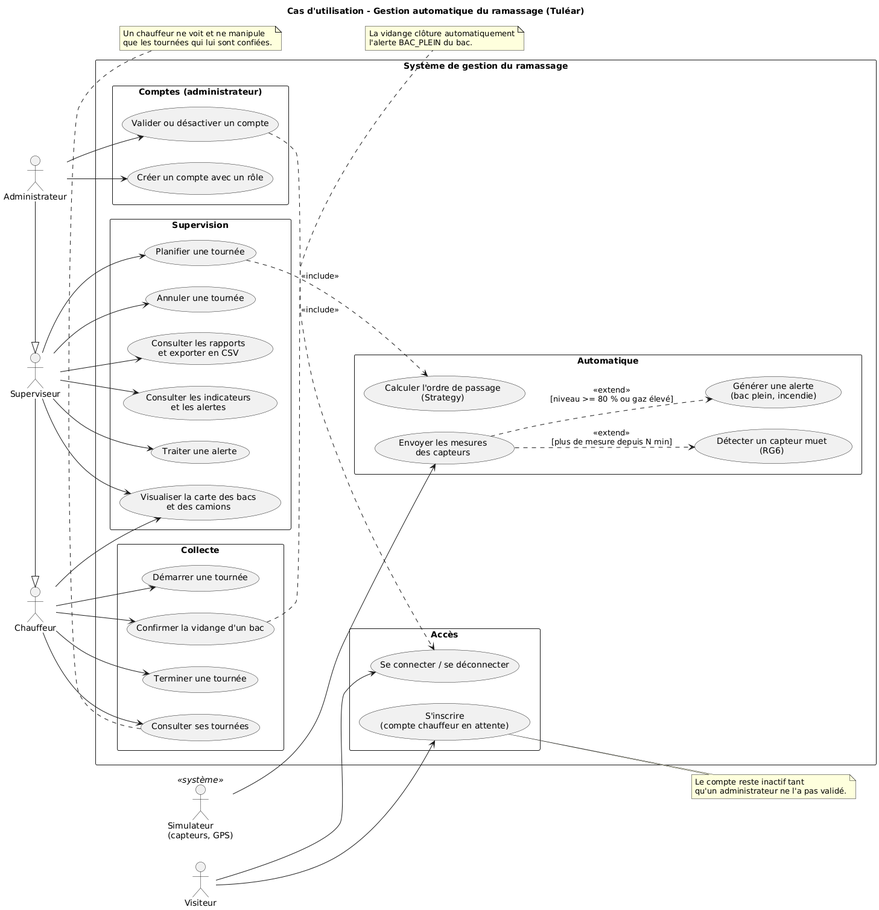
The PlantUML diagram docs/uml/images/cas_utilisation.png in Saf-HASINIAINA/bac_d_ordure, before a commit.
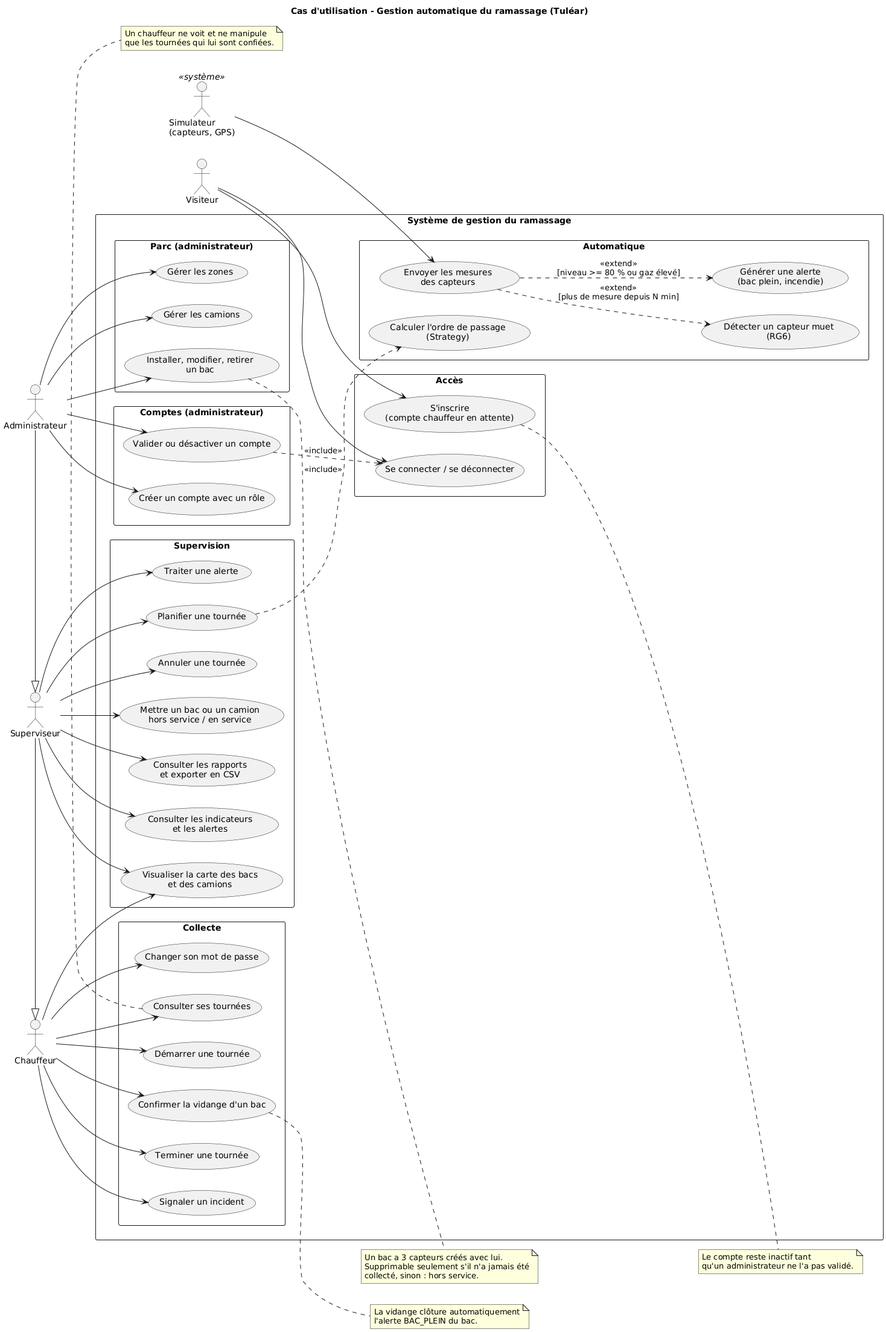
The same diagram one commit later.

The edit, as a diff of the source:
```diff
@@ -17,6 +17,11 @@
     usecase "S'inscrire\n(compte chauffeur en attente)" as UC_ins
     usecase "Se connecter / se déconnecter" as UC_con
   }
+  package "Parc (administrateur)" {
+    usecase "Installer, modifier, retirer\nun bac" as UC_bac
+    usecase "Gérer les zones" as UC_zone
+    usecase "Gérer les camions" as UC_cam
+  }
   package "Comptes (administrateur)" {
     usecase "Valider ou désactiver un compte" as UC_val
     usecase "Créer un compte avec un rôle" as UC_cre
@@ -27,6 +32,7 @@
     usecase "Traiter une alerte" as UC_traiter
     usecase "Planifier une tournée" as UC_plan
     usecase "Annuler une tournée" as UC_ann
+    usecase "Mettre un bac ou un camion\nhors service / en service" as UC_maint
     usecase "Consulter les rapports\net exporter en CSV" as UC_rapport
   }
   package "Collecte" {
@@ -34,6 +40,8 @@
     usecase "Démarrer une tournée" as UC_dem
     usecase "Confirmer la vidange d'un bac" as UC_vid
     usecase "Terminer une tournée" as UC_ter
+    usecase "Signaler un incident" as UC_inc
+    usecase "Changer son mot de passe" as UC_mdp
   }
   package "Automatique" {
     usecase "Envoyer les mesures\ndes capteurs" as UC_mesures
@@ -45,6 +53,9 @@
 
 Vis --> UC_ins
 Vis --> UC_con
+Admin --> UC_bac
+Admin --> UC_zone
+Admin --> UC_cam
 Admin --> UC_val
 Admin --> UC_cre
 Sup --> UC_carte
@@ -52,11 +63,14 @@
 Sup --> UC_traiter
 Sup --> UC_plan
 Sup --> UC_ann
+Sup --> UC_maint
 Sup --> UC_rapport
 Chauf --> UC_mes
 Chauf --> UC_dem
 Chauf --> UC_vid
 Chauf --> UC_ter
+Chauf --> UC_inc
+Chauf --> UC_mdp
 Chauf --> UC_carte
 Sim --> UC_mesures
 
@@ -76,4 +90,9 @@
   Un chauffeur ne voit et ne manipule
   que les tournées qui lui sont confiées.
 end note
+note right of UC_bac
+  Un bac a 3 capteurs créés avec lui.
+  Supprimable seulement s'il n'a jamais été
+  collecté, sinon : hors service.
+end note
 @enduml
```
